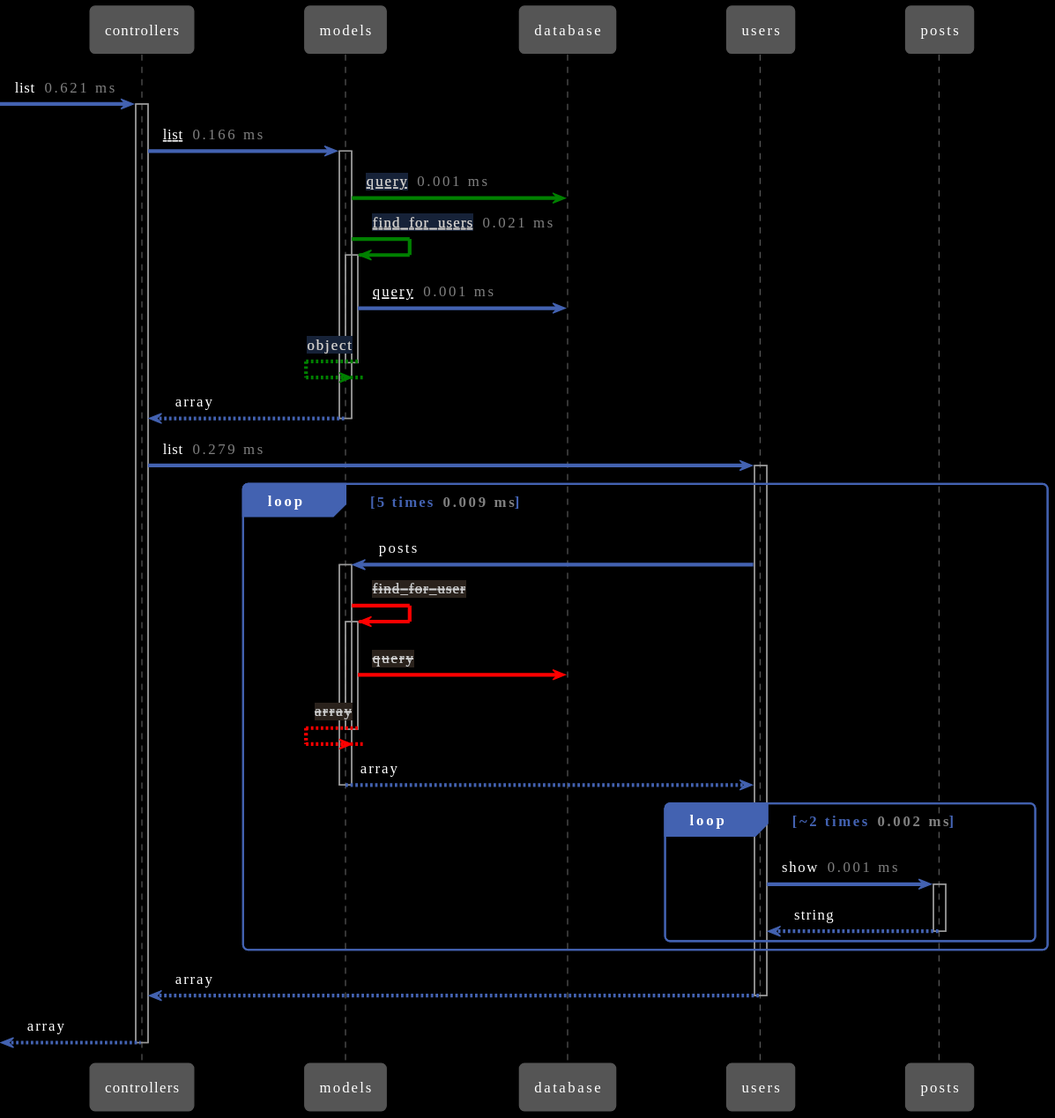
Before: packages/sequence-diagram/tests/fixtures/sequenceDiagrams/listVsListWithPrefetch.sequence.svg, a diagram exported from PlantUML (getappmap/appmap-js).
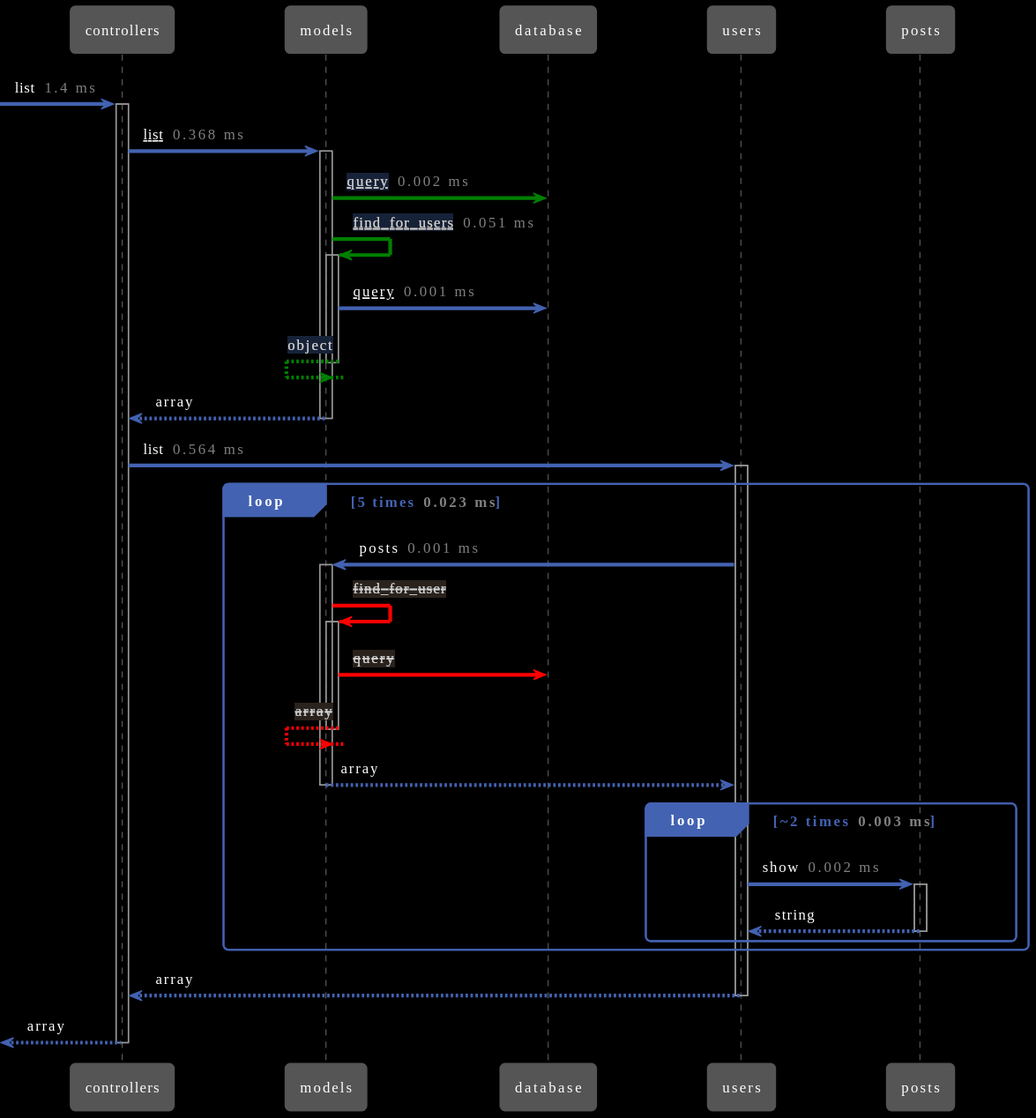
After the commit.

Diff of the diagram source:
```diff
@@ -5,22 +5,22 @@
 participant database as "database"
 participant users as "users"
 participant posts as "posts"
-  [->controllers: list <color:gray> 0.621 ms</color>
+  [->controllers: list <color:gray> 1.4 ms</color>
   activate controllers
-    controllers->models: <u>list</u> <color:gray> 0.166 ms</color>
+    controllers->models: <u>list</u> <color:gray> 0.368 ms</color>
     activate models
-      models-[#green]>database: <u><color:lightgray><back:#172238>query</back></color></u> <color:gray> 0.001 ms</color>
-      models-[#green]>models: <u><color:lightgray><back:#172238>find_for_users</back></color></u> <color:gray> 0.021 ms</color>
+      models-[#green]>database: <u><color:lightgray><back:#172238>query</back></color></u> <color:gray> 0.002 ms</color>
+      models-[#green]>models: <u><color:lightgray><back:#172238>find_for_users</back></color></u> <color:gray> 0.051 ms</color>
       activate models
         models->database: <u>query</u> <color:gray> 0.001 ms</color>
       models<[#green]--models: <color:lightgray><back:#172238>object</back></color>
       deactivate models
     controllers<--models: array
     deactivate models
-    controllers->users: list <color:gray> 0.279 ms</color>
+    controllers->users: list <color:gray> 0.564 ms</color>
     activate users
-      Loop 5 times <color:gray> 0.009 ms</color>
-        users->models: posts
+      Loop 5 times <color:gray> 0.023 ms</color>
+        users->models: posts <color:gray> 0.001 ms</color>
         activate models
           models-[#red]>models: <color:lightgray><back:#29201A>--find_for_user--</back></color>
           activate models
@@ -29,8 +29,8 @@
           deactivate models
         users<--models: array
         deactivate models
-        Loop ~2 times <color:gray> 0.002 ms</color>
-          users->posts: show <color:gray> 0.001 ms</color>
+        Loop ~2 times <color:gray> 0.003 ms</color>
+          users->posts: show <color:gray> 0.002 ms</color>
           activate posts
           users<--posts: string
           deactivate posts
```
